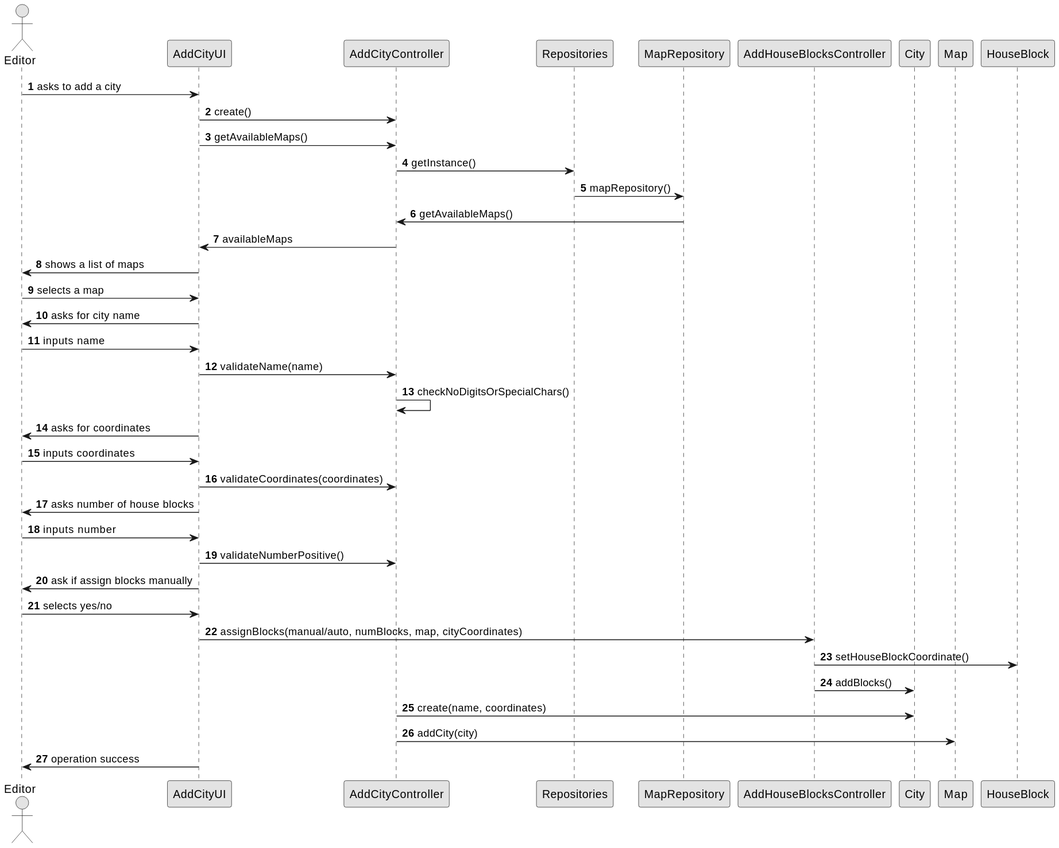
Above: docs/system-documentation/Sprint 2/US03/03.design/svg/US003-SD-full.svg in HenriqueSilva18/Railway-Network-Simulator (PlantUML), before the change. Its diagram source:
```plantuml
@startuml
skinparam monochrome true
skinparam packageStyle rectangle
skinparam shadowing false
autonumber

actor Editor
participant AddCityUI
participant AddCityController
participant Repositories
participant MapRepository
participant AddHouseBlocksController
participant City
participant Map
participant HouseBlock

Editor -> AddCityUI : asks to add a city
AddCityUI -> AddCityController : create()
AddCityUI -> AddCityController : getAvailableMaps()
AddCityController -> Repositories : getInstance()
Repositories -> MapRepository : mapRepository()
MapRepository -> AddCityController : getAvailableMaps()
AddCityController -> AddCityUI : availableMaps

AddCityUI -> Editor : shows a list of maps
Editor -> AddCityUI : selects a map

AddCityUI -> Editor : asks for city name
Editor -> AddCityUI : inputs name
AddCityUI -> AddCityController : validateName(name)
AddCityController -> AddCityController : checkNoDigitsOrSpecialChars()

AddCityUI -> Editor : asks for coordinates
Editor -> AddCityUI : inputs coordinates
AddCityUI -> AddCityController : validateCoordinates(coordinates)

AddCityUI -> Editor : asks number of house blocks
Editor -> AddCityUI : inputs number
AddCityUI -> AddCityController : validateNumberPositive()

AddCityUI -> Editor : ask if assign blocks manually
Editor -> AddCityUI : selects yes/no
AddCityUI -> AddHouseBlocksController : assignBlocks(manual/auto, numBlocks, map, cityCoordinates)
AddHouseBlocksController -> HouseBlock : setHouseBlockCoordinate()
AddHouseBlocksController -> City : addBlocks()

AddCityController -> City : create(name, coordinates)
AddCityController -> Map : addCity(city)

AddCityUI -> Editor : operation success
@enduml
```
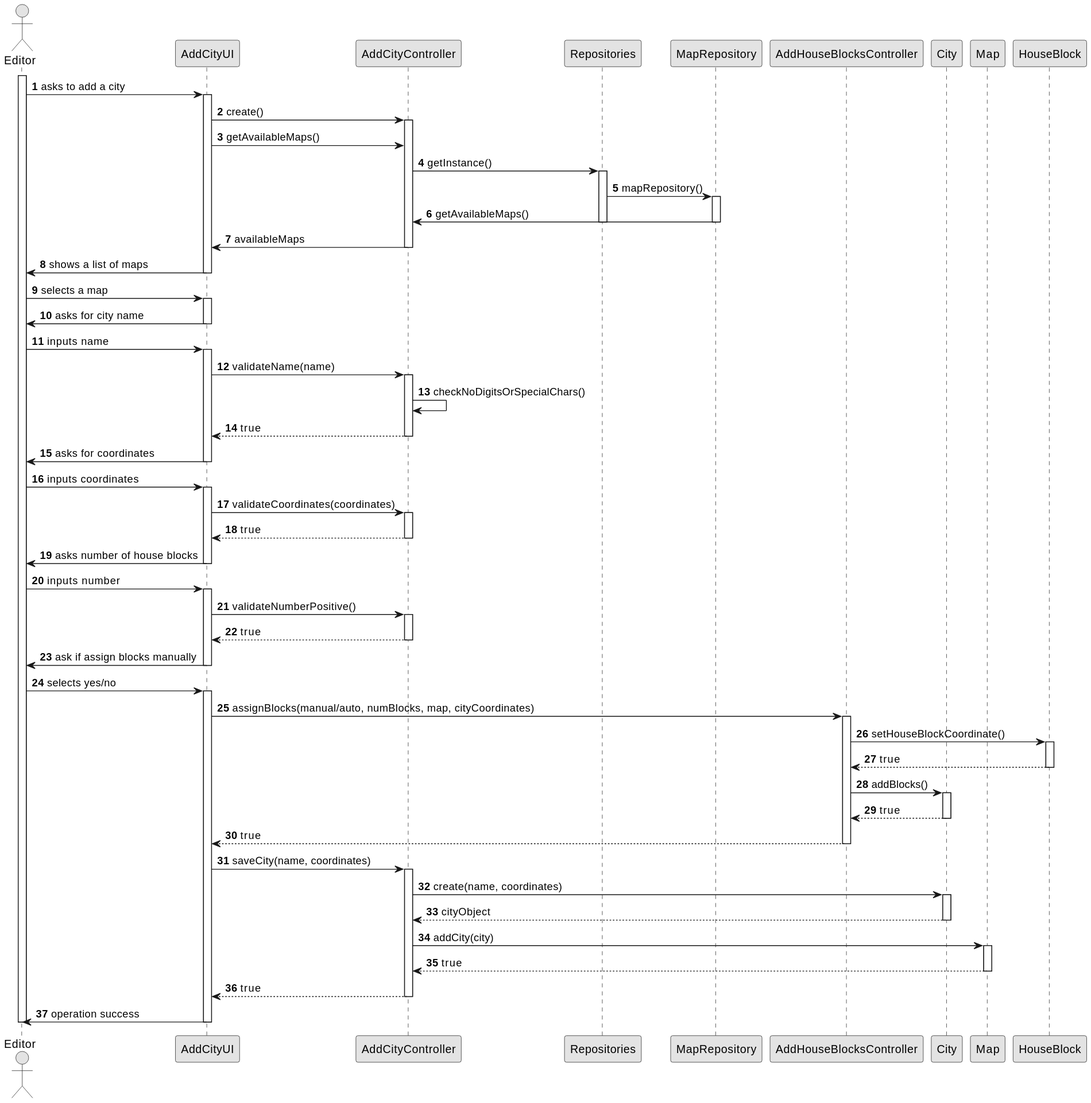
After the change.

Commit message:
design sd diagram svg file updated #3 #31

The edit, as a diff of the source:
```diff
@@ -14,38 +14,85 @@
 participant Map
 participant HouseBlock
 
+activate Editor
 Editor -> AddCityUI : asks to add a city
+activate AddCityUI
 AddCityUI -> AddCityController : create()
+activate AddCityController
 AddCityUI -> AddCityController : getAvailableMaps()
 AddCityController -> Repositories : getInstance()
+activate Repositories
 Repositories -> MapRepository : mapRepository()
+activate MapRepository
 MapRepository -> AddCityController : getAvailableMaps()
+deactivate MapRepository
+deactivate Repositories
 AddCityController -> AddCityUI : availableMaps
+deactivate AddCityController
+AddCityUI -> Editor : shows a list of maps
+deactivate AddCityUI
 
-AddCityUI -> Editor : shows a list of maps
 Editor -> AddCityUI : selects a map
+activate AddCityUI
 
 AddCityUI -> Editor : asks for city name
+deactivate AddCityUI
 Editor -> AddCityUI : inputs name
+activate AddCityUI
 AddCityUI -> AddCityController : validateName(name)
+activate AddCityController
 AddCityController -> AddCityController : checkNoDigitsOrSpecialChars()
+AddCityController --> AddCityUI : true
+deactivate AddCityController
 
 AddCityUI -> Editor : asks for coordinates
+deactivate AddCityUI
 Editor -> AddCityUI : inputs coordinates
+activate AddCityUI
 AddCityUI -> AddCityController : validateCoordinates(coordinates)
-
+activate AddCityController
+AddCityController --> AddCityUI : true
+deactivate AddCityController
 AddCityUI -> Editor : asks number of house blocks
+deactivate AddCityUI
 Editor -> AddCityUI : inputs number
+activate AddCityUI
 AddCityUI -> AddCityController : validateNumberPositive()
+activate AddCityController
+AddCityController --> AddCityUI : true
+deactivate AddCityController
 
 AddCityUI -> Editor : ask if assign blocks manually
+deactivate AddCityUI
 Editor -> AddCityUI : selects yes/no
+activate AddCityUI
 AddCityUI -> AddHouseBlocksController : assignBlocks(manual/auto, numBlocks, map, cityCoordinates)
+activate AddHouseBlocksController
 AddHouseBlocksController -> HouseBlock : setHouseBlockCoordinate()
+activate HouseBlock
+HouseBlock --> AddHouseBlocksController : true
+deactivate HouseBlock
 AddHouseBlocksController -> City : addBlocks()
+activate City
+City --> AddHouseBlocksController : true
+deactivate City
+AddHouseBlocksController --> AddCityUI : true
+deactivate AddHouseBlocksController
 
+AddCityUI -> AddCityController : saveCity(name, coordinates)
+activate AddCityController
 AddCityController -> City : create(name, coordinates)
+activate City
+City --> AddCityController : cityObject
+deactivate City
 AddCityController -> Map : addCity(city)
+activate Map
+Map --> AddCityController : true
+deactivate Map
+AddCityController --> AddCityUI : true
+deactivate AddCityController
 
 AddCityUI -> Editor : operation success
+deactivate AddCityUI
+deactivate Editor
 @enduml
```
